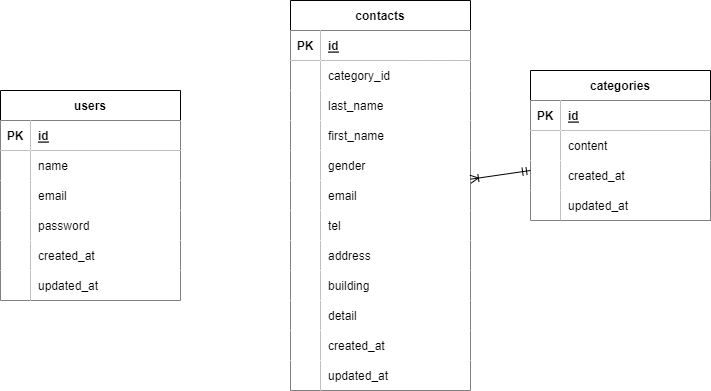
Before: test.drawio.png, a diagram exported from draw.io (hashi6013/advance-test-2024). Source tidied: cells renumbered, new cells last; positions are measured from the earlier drawing's top-left corner, leaving out a move shared by most shapes.
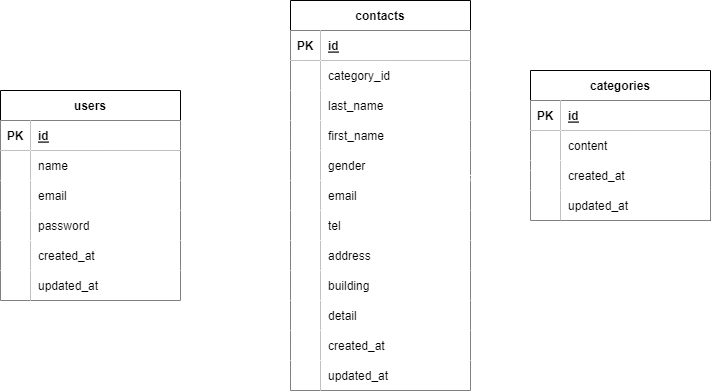
After the commit.

Diff of the diagram source:
```diff
@@ -209,7 +209,7 @@
     <mxCell id="70" value="updated_at" style="shape=partialRectangle;fillColor=#FFFFFF;top=0;left=0;bottom=0;right=0;align=left;spacingLeft=6;overflow=hidden;strokeColor=#000000;" parent="68" vertex="1">
       <mxGeometry x="30" width="150" height="30" as="geometry" />
     </mxCell>
-    <mxCell id="71" style="fontSize=12;html=1;endArrow=ERoneToMany;startArrow=ERmandOne;entryX=1;entryY=-0.044;entryDx=0;entryDy=0;entryPerimeter=0;" parent="1" edge="1" target="37">
+    <mxCell id="71" style="fontSize=12;html=1;endArrow=ERoneToMany;startArrow=ERmandOne;entryX=1;entryY=-0.044;entryDx=0;entryDy=0;entryPerimeter=0;fillColor=#FFFFFF;strokeColor=#FFFFFF;" parent="1" edge="1" target="37">
       <mxGeometry relative="1" as="geometry">
         <mxPoint x="530" y="170" as="sourcePoint" />
       </mxGeometry>
```
